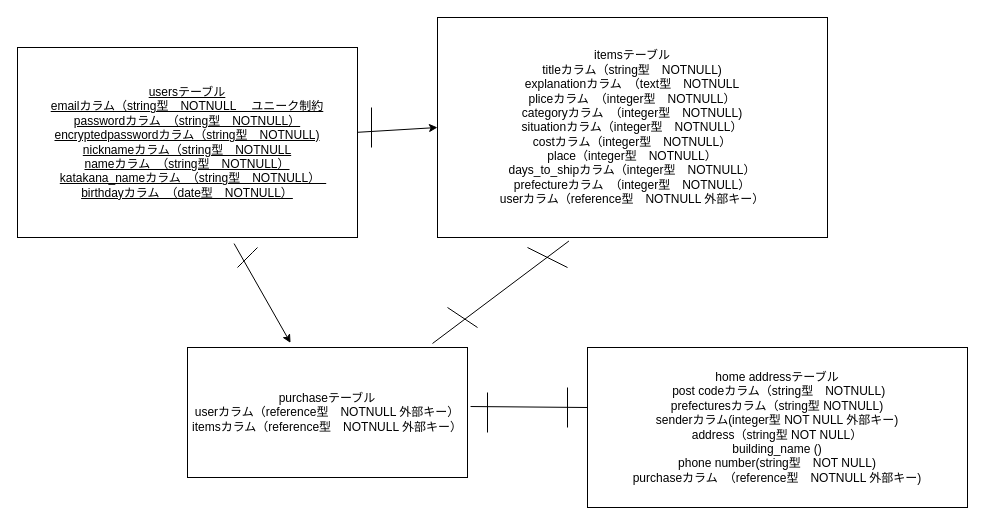
Earlier version of the draw.io diagram test.dio (abe227/furima-38620). Source tidied: cells renumbered, new cells numbered last; positions are measured from the earlier drawing's top-left corner, leaving out a move shared by most shapes. Both pictures are drawn from the tidied source at 100%, with x=0, y=0 at pixel (17, 17).
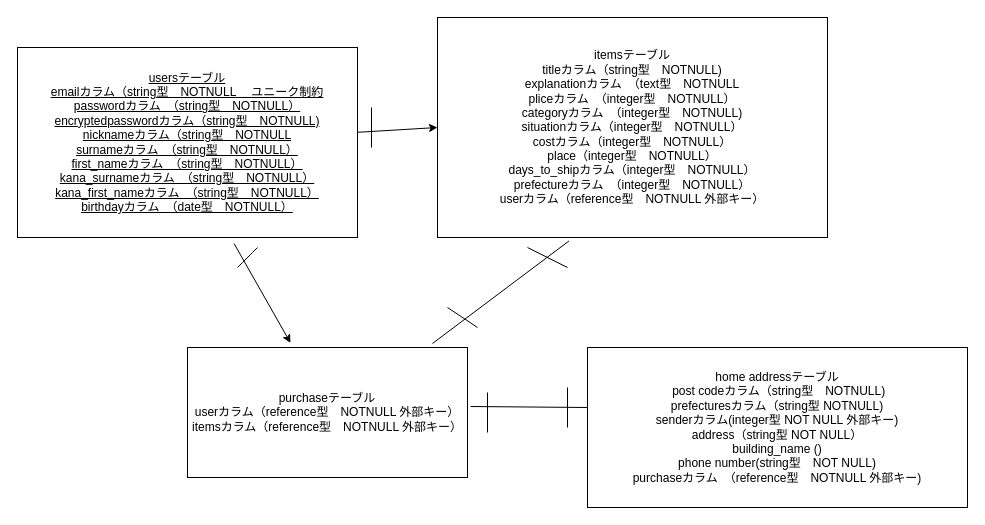
The same page after the edit.

Diff of the diagram source:
```diff
@@
-    <mxCell id="3" value="&lt;u&gt;usersテーブル&lt;br&gt;emailカラム（string型　NOTNULL 　ユニーク制約&lt;br&gt;passwordカラム　（string型　NOTNULL）&lt;br&gt;encryptedpasswordカラム（string型　NOTNULL)&lt;br&gt;nicknameカラム（string型　NOTNULL&lt;br&gt;nameカラム　（string型　NOTNULL）&lt;br&gt;katakana_nameカラム　（string型　NOTNULL）　&lt;br&gt;birthdayカラム　（date型　NOTNULL）&lt;br&gt;&lt;/u&gt;" style="rounded=0;whiteSpace=wrap;html=1;" parent="1" vertex="1">
+    <mxCell id="3" value="&lt;u&gt;usersテーブル&lt;br&gt;emailカラム（string型　NOTNULL 　ユニーク制約&lt;br&gt;passwordカラム　（string型　NOTNULL）&lt;br&gt;encryptedpasswordカラム（string型　NOTNULL)&lt;br&gt;nicknameカラム（string型　NOTNULL&lt;br&gt;surnameカラム　（string型　NOTNULL）&lt;br&gt;first_nameカラム　（string型　NOTNULL）&lt;br&gt;kana_surnameカラム　（string型　NOTNULL）&lt;br&gt;kana_first_nameカラム　（&lt;/u&gt;&lt;u&gt;string型　NOTNULL）&lt;/u&gt;&lt;u&gt;&lt;br&gt;birthdayカラム　（date型　NOTNULL）&lt;br&gt;&lt;/u&gt;" style="rounded=0;whiteSpace=wrap;html=1;" parent="1" vertex="1">
       <mxGeometry y="30" width="340" height="190" as="geometry" />
     </mxCell>
```
